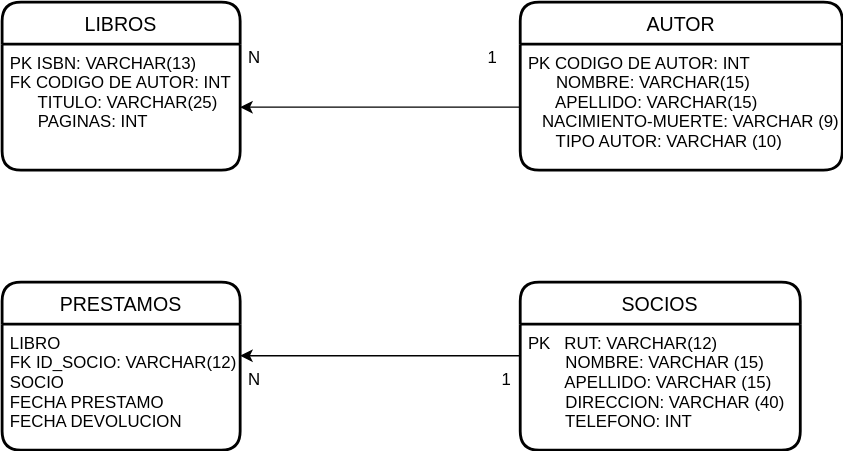
The draw.io diagram modelo-fisico.svg in cristiancfsc/prueba-biblioteca, before a commit. Source tidied: cells renumbered, new cells last; positions are measured from the earlier drawing's top-left corner, leaving out a move shared by most shapes.
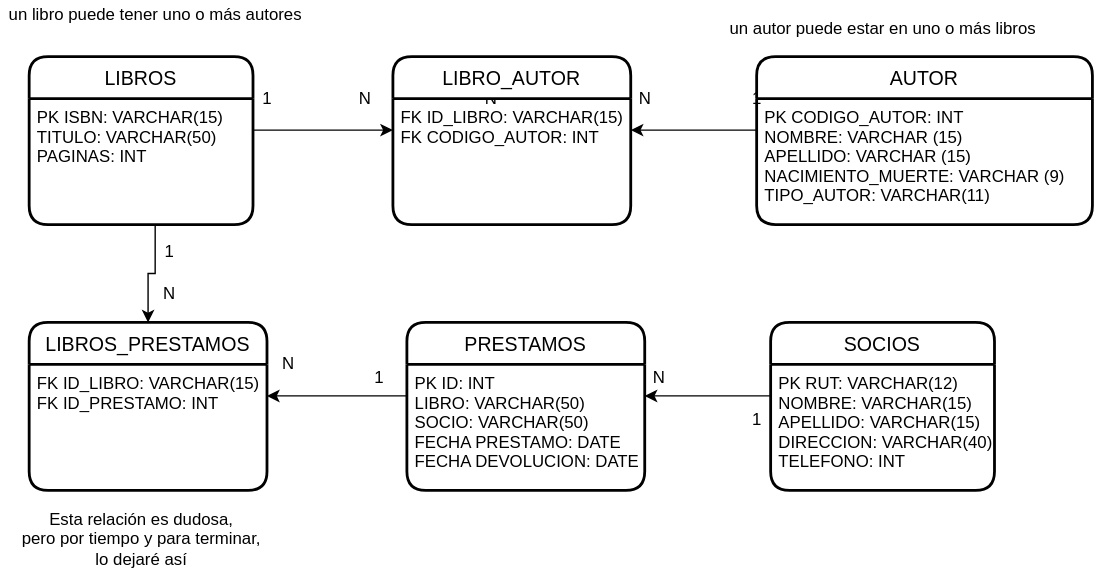
After the change.

Change to the diagram source:
```diff
@@ -3,46 +3,97 @@
     <mxCell id="0" />
     <mxCell id="1" parent="0" />
     <mxCell id="2" value="LIBROS" style="swimlane;horizontal=1;startSize=30;rounded=1;fontSize=14;fontStyle=0;strokeWidth=2;shadow=0;dashed=0;align=center;" parent="1" vertex="1">
-      <mxGeometry width="170" height="120" as="geometry" />
+      <mxGeometry x="-90" y="20" width="160" height="120" as="geometry" />
     </mxCell>
-    <mxCell id="3" value="PK ISBN: VARCHAR(13)&#10;FK CODIGO DE AUTOR: INT&#10;      TITULO: VARCHAR(25)&#10;      PAGINAS: INT" style="align=left;strokeColor=none;fillColor=none;spacingLeft=4;fontSize=12;verticalAlign=top;" parent="2" vertex="1">
-      <mxGeometry y="30" width="170" height="90" as="geometry" />
-    </mxCell>
+    <mxCell id="16" value="PK ISBN: VARCHAR(15)&#10;TITULO: VARCHAR(50)&#10;PAGINAS: INT" style="align=left;strokeColor=none;fillColor=none;spacingLeft=4;fontSize=12;verticalAlign=top;" parent="2" vertex="1">
+      <mxGeometry y="30" width="160" height="90" as="geometry" />
+    </mxCell>
     <mxCell id="4" value="AUTOR" style="swimlane;horizontal=1;startSize=30;rounded=1;fontSize=14;fontStyle=0;strokeWidth=2;shadow=0;dashed=0;align=center;" parent="1" vertex="1">
-      <mxGeometry x="370" width="230" height="120" as="geometry" />
+      <mxGeometry x="430" y="20" width="240" height="120" as="geometry" />
     </mxCell>
-    <mxCell id="5" value="PK CODIGO DE AUTOR: INT&#10;      NOMBRE: VARCHAR(15)&#10;      APELLIDO: VARCHAR(15)&#10;   NACIMIENTO-MUERTE: VARCHAR (9)&#10;      TIPO AUTOR: VARCHAR (10)" style="align=left;strokeColor=none;fillColor=none;spacingLeft=4;fontSize=12;verticalAlign=top;" parent="4" vertex="1">
-      <mxGeometry y="30" width="230" height="90" as="geometry" />
-    </mxCell>
+    <mxCell id="17" value="PK CODIGO_AUTOR: INT&#10;NOMBRE: VARCHAR (15)&#10;APELLIDO: VARCHAR (15)&#10;NACIMIENTO_MUERTE: VARCHAR (9)&#10;TIPO_AUTOR: VARCHAR(11)" style="align=left;strokeColor=none;fillColor=none;spacingLeft=4;fontSize=12;verticalAlign=top;fontStyle=0;" parent="4" vertex="1">
+      <mxGeometry y="30" width="240" height="90" as="geometry" />
+    </mxCell>
     <mxCell id="6" value="SOCIOS" style="swimlane;horizontal=1;startSize=30;rounded=1;fontSize=14;fontStyle=0;strokeWidth=2;shadow=0;dashed=0;align=center;" parent="1" vertex="1">
-      <mxGeometry x="370" y="200" width="200" height="120" as="geometry" />
+      <mxGeometry x="440" y="210" width="160" height="120" as="geometry" />
     </mxCell>
-    <mxCell id="7" value="PK   RUT: VARCHAR(12)&#10;        NOMBRE: VARCHAR (15)&#10;        APELLIDO: VARCHAR (15)&#10;        DIRECCION: VARCHAR (40)&#10;        TELEFONO: INT" style="align=left;strokeColor=none;fillColor=none;spacingLeft=4;fontSize=12;verticalAlign=top;" parent="6" vertex="1">
-      <mxGeometry y="30" width="200" height="90" as="geometry" />
-    </mxCell>
+    <mxCell id="18" value="PK RUT: VARCHAR(12)&#10;NOMBRE: VARCHAR(15)&#10;APELLIDO: VARCHAR(15)&#10;DIRECCION: VARCHAR(40)&#10;TELEFONO: INT" style="align=left;strokeColor=none;fillColor=none;spacingLeft=4;fontSize=12;verticalAlign=top;" parent="6" vertex="1">
+      <mxGeometry y="30" width="160" height="90" as="geometry" />
+    </mxCell>
     <mxCell id="8" value="PRESTAMOS" style="swimlane;horizontal=1;startSize=30;rounded=1;fontSize=14;fontStyle=0;strokeWidth=2;shadow=0;dashed=0;align=center;" parent="1" vertex="1">
-      <mxGeometry y="200" width="170" height="120" as="geometry" />
+      <mxGeometry x="180" y="210" width="170" height="120" as="geometry" />
     </mxCell>
-    <mxCell id="9" value="LIBRO&#10;FK ID_SOCIO: VARCHAR(12)&#10;SOCIO&#10;FECHA PRESTAMO&#10;FECHA DEVOLUCION&#10;" style="align=left;strokeColor=none;fillColor=none;spacingLeft=4;fontSize=12;verticalAlign=top;" parent="8" vertex="1">
-      <mxGeometry y="30" width="170" height="90" as="geometry" />
-    </mxCell>
-    <mxCell id="10" style="edgeStyle=orthogonalEdgeStyle;rounded=0;jettySize=auto;html=1;exitX=0;exitY=0.5;exitDx=0;exitDy=0;entryX=1;entryY=0.5;entryDx=0;entryDy=0;" parent="1" edge="1" source="5" target="3">
-      <mxGeometry relative="1" as="geometry" />
-    </mxCell>
-    <mxCell id="11" value="1" style="text;html=1;align=center;verticalAlign=middle;strokeColor=none;fillColor=none;" parent="1" vertex="1">
-      <mxGeometry x="340" y="30" width="20" height="20" as="geometry" />
-    </mxCell>
-    <mxCell id="12" value="N" style="text;html=1;align=center;verticalAlign=middle;strokeColor=none;fillColor=none;" parent="1" vertex="1">
-      <mxGeometry x="170" y="30" width="20" height="20" as="geometry" />
-    </mxCell>
-    <mxCell id="13" style="edgeStyle=orthogonalEdgeStyle;rounded=0;jettySize=auto;html=1;exitX=0;exitY=0.25;exitDx=0;exitDy=0;entryX=1;entryY=0.25;entryDx=0;entryDy=0;" parent="1" edge="1" source="7" target="9">
-      <mxGeometry relative="1" as="geometry" />
-    </mxCell>
-    <mxCell id="14" value="1" style="text;html=1;align=center;verticalAlign=middle;strokeColor=none;fillColor=none;" parent="1" vertex="1">
-      <mxGeometry x="350" y="260" width="20" height="20" as="geometry" />
-    </mxCell>
-    <mxCell id="15" value="N" style="text;html=1;align=center;verticalAlign=middle;strokeColor=none;fillColor=none;" parent="1" vertex="1">
-      <mxGeometry x="170" y="260" width="20" height="20" as="geometry" />
-    </mxCell>
+    <mxCell id="19" value="PK ID: INT&#10;LIBRO: VARCHAR(50)&#10;SOCIO: VARCHAR(50)&#10;FECHA PRESTAMO: DATE&#10;FECHA DEVOLUCION: DATE&#10;" style="align=left;strokeColor=none;fillColor=none;spacingLeft=4;fontSize=12;verticalAlign=top;" parent="8" vertex="1">
+      <mxGeometry y="30" width="170" height="90" as="geometry" />
+    </mxCell>
+    <mxCell id="20" value="N" style="text;html=1;align=center;verticalAlign=middle;strokeColor=none;fillColor=none;" parent="1" vertex="1">
+      <mxGeometry x="340" y="40" width="20" height="20" as="geometry" />
+    </mxCell>
+    <mxCell id="21" value="N" style="text;html=1;align=center;verticalAlign=middle;strokeColor=none;fillColor=none;" parent="1" vertex="1">
+      <mxGeometry x="230" y="40" width="20" height="20" as="geometry" />
+    </mxCell>
+    <mxCell id="22" value="1" style="text;html=1;align=center;verticalAlign=middle;strokeColor=none;fillColor=none;" parent="1" vertex="1">
+      <mxGeometry x="420" y="270" width="20" height="20" as="geometry" />
+    </mxCell>
+    <mxCell id="23" value="LIBRO_AUTOR" style="swimlane;horizontal=1;startSize=30;rounded=1;fontSize=14;fontStyle=0;strokeWidth=2;shadow=0;dashed=0;align=center;" parent="1" vertex="1">
+      <mxGeometry x="170" y="20" width="170" height="120" as="geometry" />
+    </mxCell>
+    <mxCell id="24" value="FK ID_LIBRO: VARCHAR(15)&#10;FK CODIGO_AUTOR: INT" style="align=left;strokeColor=none;fillColor=none;spacingLeft=4;fontSize=12;verticalAlign=top;" parent="23" vertex="1">
+      <mxGeometry y="30" width="170" height="90" as="geometry" />
+    </mxCell>
+    <mxCell id="25" style="edgeStyle=orthogonalEdgeStyle;rounded=0;jettySize=auto;html=1;exitX=0;exitY=0.25;exitDx=0;exitDy=0;entryX=1;entryY=0.25;entryDx=0;entryDy=0;" parent="1" edge="1" source="17" target="24">
+      <mxGeometry relative="1" as="geometry" />
+    </mxCell>
+    <mxCell id="26" style="edgeStyle=orthogonalEdgeStyle;rounded=0;jettySize=auto;html=1;exitX=1;exitY=0.25;exitDx=0;exitDy=0;entryX=0;entryY=0.25;entryDx=0;entryDy=0;" parent="1" edge="1" source="16" target="24">
+      <mxGeometry relative="1" as="geometry" />
+    </mxCell>
+    <mxCell id="27" value="N" style="text;html=1;align=center;verticalAlign=middle;strokeColor=none;fillColor=none;" parent="1" vertex="1">
+      <mxGeometry x="140" y="40" width="20" height="20" as="geometry" />
+    </mxCell>
+    <mxCell id="28" value="LIBROS_PRESTAMOS" style="swimlane;horizontal=1;startSize=30;rounded=1;fontSize=14;fontStyle=0;strokeWidth=2;shadow=0;dashed=0;align=center;" parent="1" vertex="1">
+      <mxGeometry x="-90" y="210" width="170" height="120" as="geometry" />
+    </mxCell>
+    <mxCell id="29" value="FK ID_LIBRO: VARCHAR(15)&#10;FK ID_PRESTAMO: INT" style="align=left;strokeColor=none;fillColor=none;spacingLeft=4;fontSize=12;verticalAlign=top;" parent="28" vertex="1">
+      <mxGeometry y="30" width="170" height="90" as="geometry" />
+    </mxCell>
+    <mxCell id="30" value="un libro puede tener uno o más autores" style="text;html=1;align=center;verticalAlign=middle;strokeColor=none;fillColor=none;" parent="1" vertex="1">
+      <mxGeometry x="-110" y="-20" width="220" height="20" as="geometry" />
+    </mxCell>
+    <mxCell id="31" value="un autor puede estar en uno o más libros" style="text;html=1;align=center;verticalAlign=middle;strokeColor=none;fillColor=none;" parent="1" vertex="1">
+      <mxGeometry x="405" y="-10" width="230" height="20" as="geometry" />
+    </mxCell>
+    <mxCell id="32" style="edgeStyle=orthogonalEdgeStyle;rounded=0;jettySize=auto;html=1;exitX=0.563;exitY=1;exitDx=0;exitDy=0;entryX=0.5;entryY=0;entryDx=0;entryDy=0;exitPerimeter=0;" parent="1" edge="1" source="16" target="28">
+      <mxGeometry relative="1" as="geometry" />
+    </mxCell>
+    <mxCell id="33" style="edgeStyle=orthogonalEdgeStyle;rounded=0;jettySize=auto;html=1;exitX=0;exitY=0.25;exitDx=0;exitDy=0;entryX=1;entryY=0.25;entryDx=0;entryDy=0;" parent="1" edge="1" source="19" target="29">
+      <mxGeometry relative="1" as="geometry" />
+    </mxCell>
+    <mxCell id="34" style="edgeStyle=orthogonalEdgeStyle;rounded=0;jettySize=auto;html=1;exitX=0;exitY=0.25;exitDx=0;exitDy=0;entryX=1;entryY=0.25;entryDx=0;entryDy=0;" parent="1" edge="1" source="18" target="19">
+      <mxGeometry relative="1" as="geometry" />
+    </mxCell>
+    <mxCell id="35" value="Esta relación es dudosa,&lt;br&gt;pero por tiempo y para terminar,&lt;br&gt;lo dejaré así" style="text;html=1;align=center;verticalAlign=middle;strokeColor=none;fillColor=none;" parent="1" vertex="1">
+      <mxGeometry x="-105" y="340" width="190" height="50" as="geometry" />
+    </mxCell>
+    <mxCell id="36" value="N" style="text;html=1;align=center;verticalAlign=middle;strokeColor=none;fillColor=none;" parent="1" vertex="1">
+      <mxGeometry x="350" y="240" width="20" height="20" as="geometry" />
+    </mxCell>
+    <mxCell id="37" value="1" style="text;html=1;align=center;verticalAlign=middle;strokeColor=none;fillColor=none;" parent="1" vertex="1">
+      <mxGeometry x="150" y="240" width="20" height="20" as="geometry" />
+    </mxCell>
+    <mxCell id="38" value="N" style="text;html=1;align=center;verticalAlign=middle;strokeColor=none;fillColor=none;" parent="1" vertex="1">
+      <mxGeometry x="85" y="230" width="20" height="20" as="geometry" />
+    </mxCell>
+    <mxCell id="39" value="1" style="text;html=1;align=center;verticalAlign=middle;strokeColor=none;fillColor=none;" parent="1" vertex="1">
+      <mxGeometry y="150" width="20" height="20" as="geometry" />
+    </mxCell>
+    <mxCell id="40" value="N" style="text;html=1;align=center;verticalAlign=middle;strokeColor=none;fillColor=none;" parent="1" vertex="1">
+      <mxGeometry y="180" width="20" height="20" as="geometry" />
+    </mxCell>
+    <mxCell id="41" value="1" style="text;html=1;align=center;verticalAlign=middle;strokeColor=none;fillColor=none;" parent="1" vertex="1">
+      <mxGeometry x="420" y="40" width="20" height="20" as="geometry" />
+    </mxCell>
+    <mxCell id="42" value="1" style="text;html=1;align=center;verticalAlign=middle;strokeColor=none;fillColor=none;" parent="1" vertex="1">
+      <mxGeometry x="70" y="40" width="20" height="20" as="geometry" />
+    </mxCell>
   </root>
 </mxGraphModel>
```
